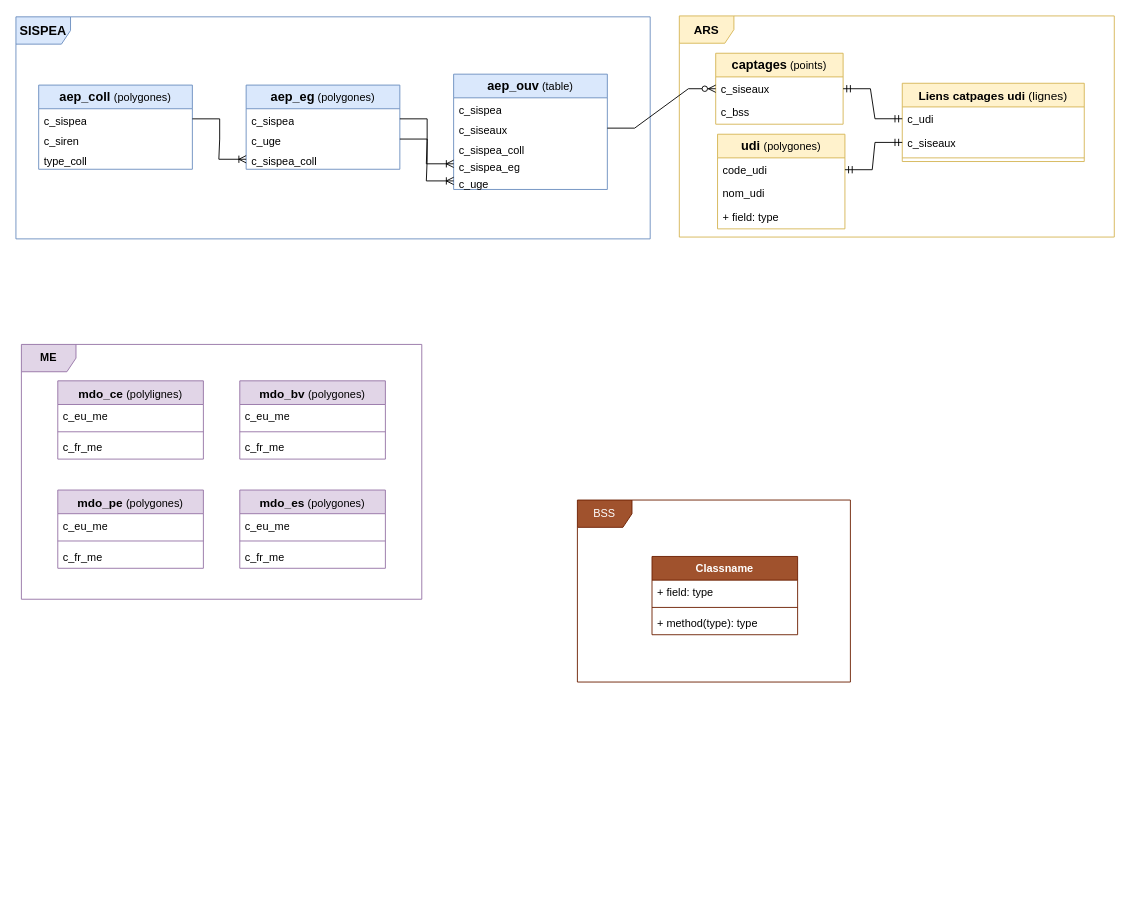
This is sig_eau_aep.drawio from geodepartement18/portail-sig, a draw.io file, before an edit. Source tidied: cells renumbered, new cells numbered last; positions are measured from the earlier drawing's top-left corner, leaving out a move shared by most shapes. Both pictures are drawn from the tidied source at 91%, with x=0, y=0 at pixel (15, 15).
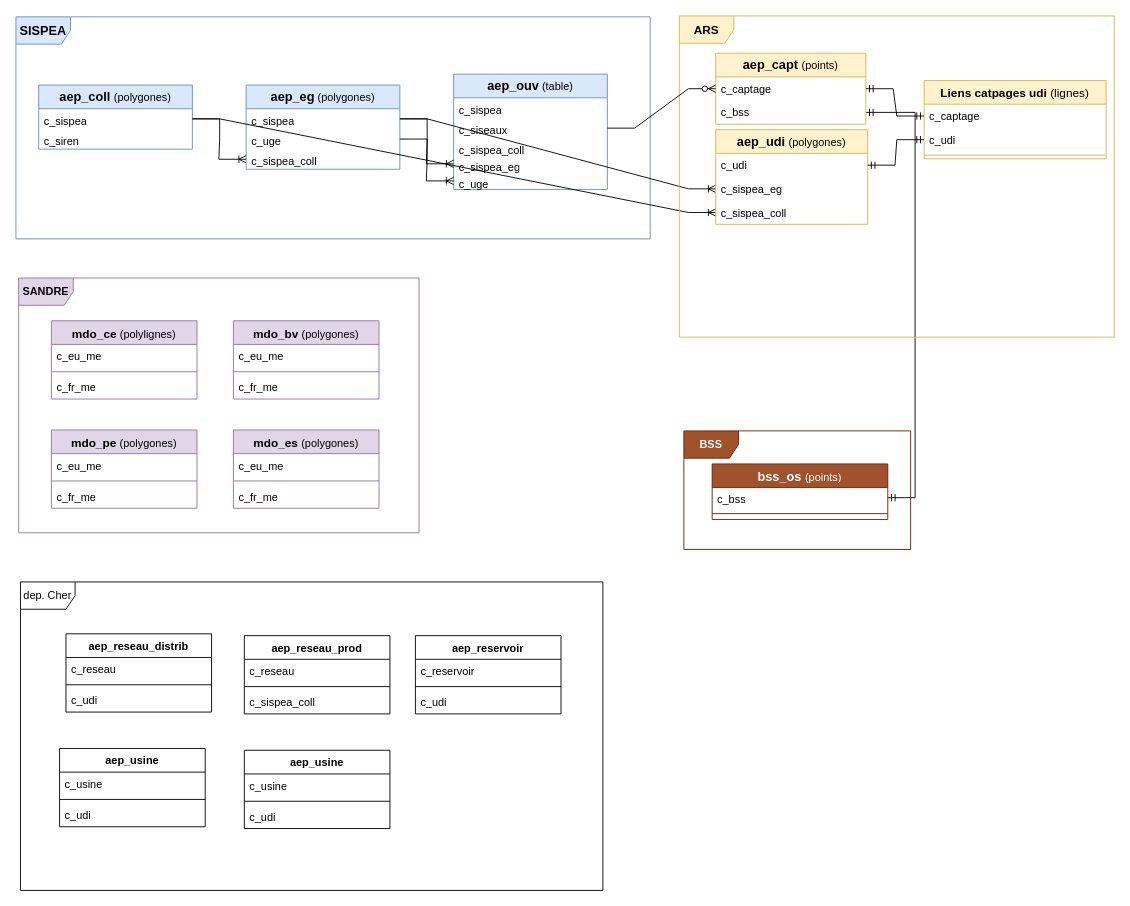
The same page after the edit.

Commit message (it also covers changes not shown here):
Mettre à jour sig_eau_aep.drawio

Unchanged cells that the change refers to:
```xml
<mxCell id="3" value="c_sispea" style="text;align=left;verticalAlign=top;spacingLeft=4;spacingRight=4;overflow=hidden;points=[[0,0.5],[1,0.5]];portConstraint=eastwest;whiteSpace=wrap;html=1;labelBackgroundColor=none;" parent="2" vertex="1">
  <mxGeometry y="26" width="168.9" height="22.2" as="geometry" />
</mxCell>
<mxCell id="8" value="c_sispea" style="text;strokeColor=none;fillColor=none;align=left;verticalAlign=top;spacingLeft=4;spacingRight=4;overflow=hidden;points=[[0,0.5],[1,0.5]];portConstraint=eastwest;whiteSpace=wrap;html=1;" parent="7" vertex="1">
  <mxGeometry y="26" width="168.9" height="22.2" as="geometry" />
</mxCell>
```

What changed in the source:
```diff
@@
     <mxCell id="2" value="&lt;font style=&quot;font-size: 14px;&quot;&gt;&lt;b&gt;aep_coll&lt;/b&gt; &lt;/font&gt;(polygones)" style="swimlane;fontStyle=0;horizontal=1;startSize=26;whiteSpace=wrap;html=1;labelBackgroundColor=none;rounded=0;shadow=0;glass=0;swimlaneLine=1;fillColor=#dae8fc;strokeColor=#6c8ebf;" parent="1" vertex="1">
-      <mxGeometry x="25" y="76" width="168.9" height="92.5" as="geometry" />
+      <mxGeometry x="25" y="76" width="168.9" height="70.4" as="geometry" />
     </mxCell>
@@
-    <mxCell id="5" value="&lt;div&gt;type_coll&lt;/div&gt;&lt;div&gt;&lt;br&gt;&lt;/div&gt;" style="text;align=left;verticalAlign=top;spacingLeft=4;spacingRight=4;overflow=hidden;whiteSpace=wrap;html=1;labelBackgroundColor=none;" parent="2" vertex="1">
-      <mxGeometry y="70.4" width="168.9" height="22.2" as="geometry" />
-    </mxCell>
@@
+    <mxCell id="61" style="edgeStyle=entityRelationEdgeStyle;fontSize=12;html=1;endArrow=ERmandOne;startArrow=ERmandOne;rounded=0;" parent="1" edge="1" source="58" target="24">
+      <mxGeometry relative="1" as="geometry">
+        <Array as="points">
+          <mxPoint x="747" y="151" />
+        </Array>
+      </mxGeometry>
+    </mxCell>
+    <mxCell id="62" value="dep. Cher" style="shape=umlFrame;whiteSpace=wrap;html=1;" parent="1" vertex="1">
+      <mxGeometry x="5" y="622" width="640" height="339" as="geometry" />
+    </mxCell>
+    <mxCell id="63" value="aep_reseau_distrib" style="swimlane;fontStyle=1;align=center;verticalAlign=top;horizontal=1;startSize=26;whiteSpace=wrap;html=1;" parent="1" vertex="1">
+      <mxGeometry x="55" y="679" width="160" height="86" as="geometry" />
+    </mxCell>
+    <mxCell id="64" value="c_reseau" style="text;strokeColor=none;fillColor=none;align=left;verticalAlign=top;spacingLeft=4;spacingRight=4;overflow=hidden;whiteSpace=wrap;html=1;" parent="63" vertex="1">
+      <mxGeometry y="26" width="160" height="26" as="geometry" />
+    </mxCell>
+    <mxCell id="65" style="line;strokeWidth=1;fillColor=none;align=left;verticalAlign=middle;spacingTop=-1;spacingLeft=3;spacingRight=3;labelPosition=right;strokeColor=inherit;" parent="63" vertex="1">
+      <mxGeometry y="52" width="160" height="8" as="geometry" />
+    </mxCell>
+    <mxCell id="66" value="c_udi" style="text;strokeColor=none;fillColor=none;align=left;verticalAlign=top;spacingLeft=4;spacingRight=4;overflow=hidden;whiteSpace=wrap;html=1;" parent="63" vertex="1">
+      <mxGeometry y="60" width="160" height="26" as="geometry" />
+    </mxCell>
+    <mxCell id="67" value="aep_reseau_prod" style="swimlane;fontStyle=1;align=center;verticalAlign=top;horizontal=1;startSize=26;whiteSpace=wrap;html=1;" parent="1" vertex="1">
+      <mxGeometry x="251" y="681" width="160" height="86" as="geometry" />
+    </mxCell>
+    <mxCell id="68" value="c_reseau" style="text;strokeColor=none;fillColor=none;align=left;verticalAlign=top;spacingLeft=4;spacingRight=4;overflow=hidden;whiteSpace=wrap;html=1;" parent="67" vertex="1">
+      <mxGeometry y="26" width="160" height="26" as="geometry" />
+    </mxCell>
+    <mxCell id="69" style="line;strokeWidth=1;fillColor=none;align=left;verticalAlign=middle;spacingTop=-1;spacingLeft=3;spacingRight=3;labelPosition=right;strokeColor=inherit;" parent="67" vertex="1">
+      <mxGeometry y="52" width="160" height="8" as="geometry" />
+    </mxCell>
+    <mxCell id="70" value="c_sispea_coll" style="text;strokeColor=none;fillColor=none;align=left;verticalAlign=top;spacingLeft=4;spacingRight=4;overflow=hidden;whiteSpace=wrap;html=1;" parent="67" vertex="1">
+      <mxGeometry y="60" width="160" height="26" as="geometry" />
+    </mxCell>
+    <mxCell id="71" value="aep_reservoir" style="swimlane;fontStyle=1;align=center;verticalAlign=top;horizontal=1;startSize=26;whiteSpace=wrap;html=1;" parent="1" vertex="1">
+      <mxGeometry x="439" y="681" width="160" height="86" as="geometry" />
+    </mxCell>
+    <mxCell id="72" value="c_reservoir" style="text;strokeColor=none;fillColor=none;align=left;verticalAlign=top;spacingLeft=4;spacingRight=4;overflow=hidden;whiteSpace=wrap;html=1;" parent="71" vertex="1">
+      <mxGeometry y="26" width="160" height="26" as="geometry" />
+    </mxCell>
+    <mxCell id="73" style="line;strokeWidth=1;fillColor=none;align=left;verticalAlign=middle;spacingTop=-1;spacingLeft=3;spacingRight=3;labelPosition=right;strokeColor=inherit;" parent="71" vertex="1">
+      <mxGeometry y="52" width="160" height="8" as="geometry" />
+    </mxCell>
+    <mxCell id="74" value="c_udi" style="text;strokeColor=none;fillColor=none;align=left;verticalAlign=top;spacingLeft=4;spacingRight=4;overflow=hidden;whiteSpace=wrap;html=1;" parent="71" vertex="1">
+      <mxGeometry y="60" width="160" height="26" as="geometry" />
+    </mxCell>
+    <mxCell id="75" style="edgeStyle=entityRelationEdgeStyle;fontSize=12;html=1;endArrow=ERoneToMany;rounded=0;entryX=0;entryY=0.5;entryDx=0;entryDy=0;" parent="1" edge="1" source="8" target="28">
+      <mxGeometry relative="1" as="geometry" />
+    </mxCell>
+    <mxCell id="76" style="edgeStyle=entityRelationEdgeStyle;fontSize=12;html=1;endArrow=ERoneToMany;rounded=0;" parent="1" edge="1" source="3" target="85">
+      <mxGeometry relative="1" as="geometry" />
+    </mxCell>
+    <mxCell id="77" value="aep_usine" style="swimlane;fontStyle=1;align=center;verticalAlign=top;horizontal=1;startSize=26;whiteSpace=wrap;html=1;" parent="1" vertex="1">
+      <mxGeometry x="48" y="805" width="160" height="86" as="geometry" />
+    </mxCell>
+    <mxCell id="78" value="c_usine" style="text;strokeColor=none;fillColor=none;align=left;verticalAlign=top;spacingLeft=4;spacingRight=4;overflow=hidden;whiteSpace=wrap;html=1;" parent="77" vertex="1">
+      <mxGeometry y="26" width="160" height="26" as="geometry" />
+    </mxCell>
+    <mxCell id="79" style="line;strokeWidth=1;fillColor=none;align=left;verticalAlign=middle;spacingTop=-1;spacingLeft=3;spacingRight=3;labelPosition=right;strokeColor=inherit;" parent="77" vertex="1">
+      <mxGeometry y="52" width="160" height="8" as="geometry" />
+    </mxCell>
+    <mxCell id="80" value="c_udi" style="text;strokeColor=none;fillColor=none;align=left;verticalAlign=top;spacingLeft=4;spacingRight=4;overflow=hidden;whiteSpace=wrap;html=1;" parent="77" vertex="1">
+      <mxGeometry y="60" width="160" height="26" as="geometry" />
+    </mxCell>
+    <mxCell id="81" value="aep_usine" style="swimlane;fontStyle=1;align=center;verticalAlign=top;horizontal=1;startSize=26;whiteSpace=wrap;html=1;" parent="1" vertex="1">
+      <mxGeometry x="251" y="807" width="160" height="86" as="geometry" />
+    </mxCell>
+    <mxCell id="82" value="c_usine" style="text;strokeColor=none;fillColor=none;align=left;verticalAlign=top;spacingLeft=4;spacingRight=4;overflow=hidden;whiteSpace=wrap;html=1;" parent="81" vertex="1">
+      <mxGeometry y="26" width="160" height="26" as="geometry" />
+    </mxCell>
+    <mxCell id="83" style="line;strokeWidth=1;fillColor=none;align=left;verticalAlign=middle;spacingTop=-1;spacingLeft=3;spacingRight=3;labelPosition=right;strokeColor=inherit;" parent="81" vertex="1">
+      <mxGeometry y="52" width="160" height="8" as="geometry" />
+    </mxCell>
+    <mxCell id="84" value="c_udi" style="text;strokeColor=none;fillColor=none;align=left;verticalAlign=top;spacingLeft=4;spacingRight=4;overflow=hidden;whiteSpace=wrap;html=1;" parent="81" vertex="1">
+      <mxGeometry y="60" width="160" height="26" as="geometry" />
+    </mxCell>
@@
     <mxCell id="21" value="&lt;font style=&quot;font-size: 13px;&quot;&gt;&lt;b&gt;ARS&lt;/b&gt;&lt;/font&gt;" style="shape=umlFrame;whiteSpace=wrap;html=1;fillColor=#fff2cc;strokeColor=#d6b656;" parent="20" vertex="1">
-      <mxGeometry x="729" width="478" height="243" as="geometry" />
+      <mxGeometry x="729" width="478" height="353" as="geometry" />
     </mxCell>
-    <mxCell id="22" value="&lt;b&gt;&lt;font style=&quot;font-size: 14px;&quot;&gt;captages&lt;/font&gt;&lt;/b&gt;&lt;font style=&quot;font-size: 12px;&quot;&gt; (points)&lt;font style=&quot;font-size: 12px;&quot;&gt;&lt;br&gt;&lt;/font&gt;&lt;/font&gt;" style="swimlane;fontStyle=0;horizontal=1;startSize=26;fillColor=#fff2cc;whiteSpace=wrap;html=1;strokeColor=#d6b656;" parent="20" vertex="1">
-      <mxGeometry x="769" y="41" width="140" height="78" as="geometry" />
+    <mxCell id="22" value="&lt;font style=&quot;font-size: 14px;&quot;&gt;&lt;b&gt;aep_capt&lt;/b&gt;&lt;font&gt; &lt;/font&gt;&lt;/font&gt;&lt;font style=&quot;font-size: 12px;&quot;&gt;(points)&lt;font style=&quot;font-size: 12px;&quot;&gt;&lt;br&gt;&lt;/font&gt;&lt;/font&gt;" style="swimlane;fontStyle=0;horizontal=1;startSize=26;fillColor=#fff2cc;whiteSpace=wrap;html=1;strokeColor=#d6b656;" parent="20" vertex="1">
+      <mxGeometry x="769" y="41" width="165" height="78" as="geometry" />
     </mxCell>
-    <mxCell id="23" value="c_siseaux" style="text;strokeColor=none;fillColor=none;align=left;verticalAlign=top;spacingLeft=4;spacingRight=4;overflow=hidden;points=[[0,0.5],[1,0.5]];portConstraint=eastwest;whiteSpace=wrap;html=1;" parent="22" vertex="1">
-      <mxGeometry y="26" width="140" height="26" as="geometry" />
+    <mxCell id="23" value="c_captage" style="text;strokeColor=none;fillColor=none;align=left;verticalAlign=top;spacingLeft=4;spacingRight=4;overflow=hidden;points=[[0,0.5],[1,0.5]];portConstraint=eastwest;whiteSpace=wrap;html=1;" parent="22" vertex="1">
+      <mxGeometry y="26" width="165" height="26" as="geometry" />
     </mxCell>
     <mxCell id="24" value="&lt;div&gt;c_bss&lt;/div&gt;" style="text;strokeColor=none;fillColor=none;align=left;verticalAlign=top;spacingLeft=4;spacingRight=4;overflow=hidden;points=[[0,0.5],[1,0.5]];portConstraint=eastwest;whiteSpace=wrap;html=1;" parent="22" vertex="1">
-      <mxGeometry y="52" width="140" height="26" as="geometry" />
+      <mxGeometry y="52" width="165" height="26" as="geometry" />
     </mxCell>
-    <mxCell id="25" value="&lt;font style=&quot;font-size: 14px;&quot;&gt;&lt;b&gt;udi&lt;font style=&quot;font-size: 14px;&quot;&gt; &lt;/font&gt;&lt;/b&gt;&lt;/font&gt;&lt;font style=&quot;font-size: 12px;&quot;&gt;(polygones)&lt;font style=&quot;font-size: 12px;&quot;&gt;&lt;br&gt;&lt;/font&gt;&lt;/font&gt;" style="swimlane;fontStyle=0;horizontal=1;startSize=26;fillColor=#fff2cc;whiteSpace=wrap;html=1;strokeColor=#d6b656;" parent="20" vertex="1">
-      <mxGeometry x="771" y="130" width="140" height="104" as="geometry" />
+    <mxCell id="25" value="&lt;font style=&quot;font-size: 14px;&quot;&gt;&lt;b&gt;aep_udi&lt;font style=&quot;font-size: 14px;&quot;&gt; &lt;/font&gt;&lt;/b&gt;&lt;/font&gt;&lt;font style=&quot;font-size: 12px;&quot;&gt;(polygones)&lt;font style=&quot;font-size: 12px;&quot;&gt;&lt;br&gt;&lt;/font&gt;&lt;/font&gt;" style="swimlane;fontStyle=0;horizontal=1;startSize=26;fillColor=#fff2cc;whiteSpace=wrap;html=1;strokeColor=#d6b656;" parent="20" vertex="1">
+      <mxGeometry x="769" y="125" width="167" height="104" as="geometry" />
     </mxCell>
-    <mxCell id="26" value="code_udi" style="text;strokeColor=none;fillColor=none;align=left;verticalAlign=top;spacingLeft=4;spacingRight=4;overflow=hidden;points=[[0,0.5],[1,0.5]];portConstraint=eastwest;whiteSpace=wrap;html=1;" parent="25" vertex="1">
-      <mxGeometry y="26" width="140" height="26" as="geometry" />
+    <mxCell id="26" value="c_udi" style="text;strokeColor=none;fillColor=none;align=left;verticalAlign=top;spacingLeft=4;spacingRight=4;overflow=hidden;points=[[0,0.5],[1,0.5]];portConstraint=eastwest;whiteSpace=wrap;html=1;" parent="25" vertex="1">
+      <mxGeometry y="26" width="167" height="26" as="geometry" />
     </mxCell>
-    <mxCell id="27" value="nom_udi" style="text;strokeColor=none;fillColor=none;align=left;verticalAlign=top;spacingLeft=4;spacingRight=4;overflow=hidden;whiteSpace=wrap;html=1;" parent="25" vertex="1">
-      <mxGeometry y="52" width="140" height="26" as="geometry" />
-    </mxCell>
-    <mxCell id="28" value="+ field: type" style="text;strokeColor=none;fillColor=none;align=left;verticalAlign=top;spacingLeft=4;spacingRight=4;overflow=hidden;points=[[0,0.5],[1,0.5]];portConstraint=eastwest;whiteSpace=wrap;html=1;" parent="25" vertex="1">
-      <mxGeometry y="78" width="140" height="26" as="geometry" />
+    <mxCell id="28" value="&lt;div&gt;c_sispea_eg&lt;/div&gt;&lt;div&gt;&lt;br&gt;&lt;/div&gt;" style="text;strokeColor=none;fillColor=none;align=left;verticalAlign=top;spacingLeft=4;spacingRight=4;overflow=hidden;points=[[0,0.5],[1,0.5]];portConstraint=eastwest;whiteSpace=wrap;html=1;" parent="25" vertex="1">
+      <mxGeometry y="52" width="167" height="26" as="geometry" />
     </mxCell>
+    <mxCell id="85" value="&lt;div&gt;c_sispea_coll&lt;/div&gt;&lt;div&gt;&lt;br&gt;&lt;/div&gt;" style="text;strokeColor=none;fillColor=none;align=left;verticalAlign=top;spacingLeft=4;spacingRight=4;overflow=hidden;points=[[0,0.5],[1,0.5]];portConstraint=eastwest;whiteSpace=wrap;html=1;" parent="25" vertex="1">
+      <mxGeometry y="78" width="167" height="26" as="geometry" />
+    </mxCell>
     <mxCell id="29" value="&lt;font style=&quot;font-size: 13px;&quot;&gt;Liens catpages udi &lt;span style=&quot;font-weight: normal;&quot;&gt;(lignes)&lt;/span&gt;&lt;br&gt;&lt;/font&gt;" style="swimlane;fontStyle=1;align=center;verticalAlign=top;horizontal=1;startSize=26;whiteSpace=wrap;html=1;fillColor=#fff2cc;strokeColor=#d6b656;" parent="20" vertex="1">
-      <mxGeometry x="974" y="74" width="200" height="86" as="geometry" />
+      <mxGeometry x="998" y="71" width="200" height="86" as="geometry" />
     </mxCell>
+    <mxCell id="31" value="&lt;div&gt;c_captage&lt;/div&gt;&lt;div&gt;&lt;br&gt;&lt;/div&gt;" style="text;strokeColor=none;fillColor=none;align=left;verticalAlign=top;spacingLeft=4;spacingRight=4;overflow=hidden;points=[[0,0.5],[1,0.5]];portConstraint=eastwest;whiteSpace=wrap;html=1;" parent="29" vertex="1">
+      <mxGeometry y="26" width="200" height="26" as="geometry" />
+    </mxCell>
     <mxCell id="30" value="c_udi" style="text;strokeColor=none;fillColor=none;align=left;verticalAlign=top;spacingLeft=4;spacingRight=4;overflow=hidden;points=[[0,0.5],[1,0.5]];portConstraint=eastwest;whiteSpace=wrap;html=1;" parent="29" vertex="1">
-      <mxGeometry y="26" width="200" height="26" as="geometry" />
+      <mxGeometry y="52" width="200" height="26" as="geometry" />
     </mxCell>
-    <mxCell id="31" value="c_siseaux" style="text;strokeColor=none;fillColor=none;align=left;verticalAlign=top;spacingLeft=4;spacingRight=4;overflow=hidden;points=[[0,0.5],[1,0.5]];portConstraint=eastwest;whiteSpace=wrap;html=1;" parent="29" vertex="1">
-      <mxGeometry y="52" width="200" height="26" as="geometry" />
-    </mxCell>
@@
-    <mxCell id="33" style="edgeStyle=entityRelationEdgeStyle;fontSize=12;html=1;endArrow=ERmandOne;startArrow=ERmandOne;rounded=0;" parent="20" edge="1" source="23" target="30">
+    <mxCell id="33" style="edgeStyle=entityRelationEdgeStyle;fontSize=12;html=1;endArrow=ERmandOne;startArrow=ERmandOne;rounded=0;" parent="20" edge="1" source="23" target="31">
       <mxGeometry relative="1" as="geometry" />
     </mxCell>
-    <mxCell id="34" style="edgeStyle=entityRelationEdgeStyle;fontSize=12;html=1;endArrow=ERmandOne;startArrow=ERmandOne;rounded=0;" parent="20" edge="1" source="26" target="31">
+    <mxCell id="34" style="edgeStyle=entityRelationEdgeStyle;fontSize=12;html=1;endArrow=ERmandOne;startArrow=ERmandOne;rounded=0;" parent="20" edge="1" source="26" target="30">
       <mxGeometry relative="1" as="geometry" />
     </mxCell>
@@
+    <mxCell id="86" style="group;" parent="36" vertex="1">
+      <mxGeometry x="3" y="288" width="440" height="280" as="geometry" />
+    </mxCell>
-    <mxCell id="37" value="&lt;b&gt;ME&lt;/b&gt;" style="shape=umlFrame;whiteSpace=wrap;html=1;fillColor=#e1d5e7;strokeColor=#9673a6;" parent="36" vertex="1">
-      <mxGeometry x="6" y="361" width="440" height="280" as="geometry" />
+    <mxCell id="37" value="&lt;b&gt;SANDRE&lt;br&gt;&lt;/b&gt;" style="shape=umlFrame;whiteSpace=wrap;html=1;fillColor=#e1d5e7;strokeColor=#9673a6;" parent="86" vertex="1">
+      <mxGeometry width="440" height="280" as="geometry" />
     </mxCell>
-    <mxCell id="38" value="&lt;font style=&quot;font-size: 13px;&quot;&gt;mdo_ce &lt;/font&gt;&lt;font style=&quot;font-size: 12px;&quot;&gt;&lt;span style=&quot;font-weight: normal;&quot;&gt;(polylignes)&lt;/span&gt;&lt;font style=&quot;font-size: 12px;&quot;&gt;&lt;br&gt;&lt;/font&gt;&lt;/font&gt;" style="swimlane;fontStyle=1;align=center;verticalAlign=top;horizontal=1;startSize=26;whiteSpace=wrap;html=1;fillColor=#e1d5e7;strokeColor=#9673a6;" parent="36" vertex="1">
-      <mxGeometry x="46" y="401" width="160" height="86" as="geometry" />
+    <mxCell id="38" value="&lt;font style=&quot;font-size: 13px;&quot;&gt;mdo_ce &lt;/font&gt;&lt;font style=&quot;font-size: 12px;&quot;&gt;&lt;span style=&quot;font-weight: normal;&quot;&gt;(polylignes)&lt;/span&gt;&lt;font style=&quot;font-size: 12px;&quot;&gt;&lt;br&gt;&lt;/font&gt;&lt;/font&gt;" style="swimlane;fontStyle=1;align=center;verticalAlign=top;horizontal=1;startSize=26;whiteSpace=wrap;html=1;fillColor=#e1d5e7;strokeColor=#9673a6;" parent="86" vertex="1">
+      <mxGeometry x="36" y="47" width="160" height="86" as="geometry" />
     </mxCell>
@@
-    <mxCell id="42" value="&lt;font style=&quot;font-size: 13px;&quot;&gt;mdo_bv &lt;/font&gt;&lt;font size=&quot;1&quot;&gt;&lt;span style=&quot;font-weight: normal; font-size: 12px;&quot;&gt;(polygones)&lt;/span&gt;&lt;font&gt;&lt;br&gt;&lt;/font&gt;&lt;/font&gt;" style="swimlane;fontStyle=1;align=center;verticalAlign=top;horizontal=1;startSize=26;whiteSpace=wrap;html=1;fillColor=#e1d5e7;strokeColor=#9673a6;" parent="36" vertex="1">
-      <mxGeometry x="246" y="401" width="160" height="86" as="geometry" />
+    <mxCell id="42" value="&lt;font style=&quot;font-size: 13px;&quot;&gt;mdo_bv &lt;/font&gt;&lt;font size=&quot;1&quot;&gt;&lt;span style=&quot;font-weight: normal; font-size: 12px;&quot;&gt;(polygones)&lt;/span&gt;&lt;font&gt;&lt;br&gt;&lt;/font&gt;&lt;/font&gt;" style="swimlane;fontStyle=1;align=center;verticalAlign=top;horizontal=1;startSize=26;whiteSpace=wrap;html=1;fillColor=#e1d5e7;strokeColor=#9673a6;" parent="86" vertex="1">
+      <mxGeometry x="236" y="47" width="160" height="86" as="geometry" />
     </mxCell>
@@
-    <mxCell id="46" value="&lt;font style=&quot;font-size: 13px;&quot;&gt;mdo_pe &lt;/font&gt;&lt;font size=&quot;1&quot;&gt;&lt;span style=&quot;font-weight: normal; font-size: 12px;&quot;&gt;(polygones)&lt;/span&gt;&lt;font&gt;&lt;br&gt;&lt;/font&gt;&lt;/font&gt;" style="swimlane;fontStyle=1;align=center;verticalAlign=top;horizontal=1;startSize=26;whiteSpace=wrap;html=1;fillColor=#e1d5e7;strokeColor=#9673a6;" parent="36" vertex="1">
-      <mxGeometry x="46" y="521" width="160" height="86" as="geometry" />
+    <mxCell id="46" value="&lt;font style=&quot;font-size: 13px;&quot;&gt;mdo_pe &lt;/font&gt;&lt;font size=&quot;1&quot;&gt;&lt;span style=&quot;font-weight: normal; font-size: 12px;&quot;&gt;(polygones)&lt;/span&gt;&lt;font&gt;&lt;br&gt;&lt;/font&gt;&lt;/font&gt;" style="swimlane;fontStyle=1;align=center;verticalAlign=top;horizontal=1;startSize=26;whiteSpace=wrap;html=1;fillColor=#e1d5e7;strokeColor=#9673a6;" parent="86" vertex="1">
+      <mxGeometry x="36" y="167" width="160" height="86" as="geometry" />
     </mxCell>
@@
-    <mxCell id="50" value="&lt;font style=&quot;font-size: 13px;&quot;&gt;mdo_es &lt;/font&gt;&lt;font size=&quot;1&quot;&gt;&lt;span style=&quot;font-weight: normal; font-size: 12px;&quot;&gt;(polygones)&lt;/span&gt;&lt;font&gt;&lt;br&gt;&lt;/font&gt;&lt;/font&gt;" style="swimlane;fontStyle=1;align=center;verticalAlign=top;horizontal=1;startSize=26;whiteSpace=wrap;html=1;fillColor=#e1d5e7;strokeColor=#9673a6;" parent="36" vertex="1">
-      <mxGeometry x="246" y="521" width="160" height="86" as="geometry" />
+    <mxCell id="50" value="&lt;font style=&quot;font-size: 13px;&quot;&gt;mdo_es &lt;/font&gt;&lt;font size=&quot;1&quot;&gt;&lt;span style=&quot;font-weight: normal; font-size: 12px;&quot;&gt;(polygones)&lt;/span&gt;&lt;font&gt;&lt;br&gt;&lt;/font&gt;&lt;/font&gt;" style="swimlane;fontStyle=1;align=center;verticalAlign=top;horizontal=1;startSize=26;whiteSpace=wrap;html=1;fillColor=#e1d5e7;strokeColor=#9673a6;" parent="86" vertex="1">
+      <mxGeometry x="236" y="167" width="160" height="86" as="geometry" />
     </mxCell>
@@
-    <mxCell id="56" value="BSS" style="shape=umlFrame;whiteSpace=wrap;html=1;fillColor=#a0522d;fontColor=#ffffff;strokeColor=#6D1F00;" parent="55" vertex="1">
-      <mxGeometry x="617" y="532" width="300" height="200" as="geometry" />
+    <mxCell id="56" value="&lt;b&gt;BSS&lt;/b&gt;" style="shape=umlFrame;whiteSpace=wrap;html=1;fillColor=#a0522d;fontColor=#ffffff;strokeColor=#6D1F00;" parent="55" vertex="1">
+      <mxGeometry x="734" y="456" width="249.2" height="130.3" as="geometry" />
     </mxCell>
-    <mxCell id="57" value="Classname" style="swimlane;fontStyle=1;align=center;verticalAlign=top;horizontal=1;startSize=26;whiteSpace=wrap;html=1;fillColor=#a0522d;fontColor=#ffffff;strokeColor=#6D1F00;" parent="55" vertex="1">
-      <mxGeometry x="699" y="594" width="160" height="86" as="geometry" />
+    <mxCell id="57" value="&lt;font style=&quot;font-size: 14px;&quot;&gt;bss_os &lt;/font&gt;&lt;font style=&quot;font-size: 12px;&quot;&gt;&lt;span style=&quot;font-weight: normal;&quot;&gt;(points)&lt;/span&gt;&lt;/font&gt;" style="swimlane;fontStyle=1;align=center;verticalAlign=top;horizontal=1;startSize=26;whiteSpace=wrap;html=1;fillColor=#a0522d;fontColor=#ffffff;strokeColor=#6D1F00;" parent="55" vertex="1">
+      <mxGeometry x="765.1" y="492.3" width="193" height="61.1" as="geometry" />
     </mxCell>
-    <mxCell id="58" value="+ field: type" style="text;strokeColor=none;fillColor=none;align=left;verticalAlign=top;spacingLeft=4;spacingRight=4;overflow=hidden;points=[[0,0.5],[1,0.5]];portConstraint=eastwest;whiteSpace=wrap;html=1;" parent="57" vertex="1">
-      <mxGeometry y="26" width="160" height="26" as="geometry" />
+    <mxCell id="58" value="c_bss" style="text;strokeColor=none;fillColor=none;align=left;verticalAlign=top;spacingLeft=4;spacingRight=4;overflow=hidden;points=[[0,0.5],[1,0.5]];portConstraint=eastwest;whiteSpace=wrap;html=1;" parent="57" vertex="1">
+      <mxGeometry y="26" width="193" height="22.2" as="geometry" />
     </mxCell>
     <mxCell id="59" style="line;strokeWidth=1;fillColor=none;align=left;verticalAlign=middle;spacingTop=-1;spacingLeft=3;spacingRight=3;labelPosition=right;strokeColor=inherit;" parent="57" vertex="1">
-      <mxGeometry y="52" width="160" height="8" as="geometry" />
+      <mxGeometry y="48.2" width="193" height="12.9" as="geometry" />
     </mxCell>
-    <mxCell id="60" value="+ method(type): type" style="text;strokeColor=none;fillColor=none;align=left;verticalAlign=top;spacingLeft=4;spacingRight=4;overflow=hidden;whiteSpace=wrap;html=1;" parent="57" vertex="1">
-      <mxGeometry y="60" width="160" height="26" as="geometry" />
-    </mxCell>
```
